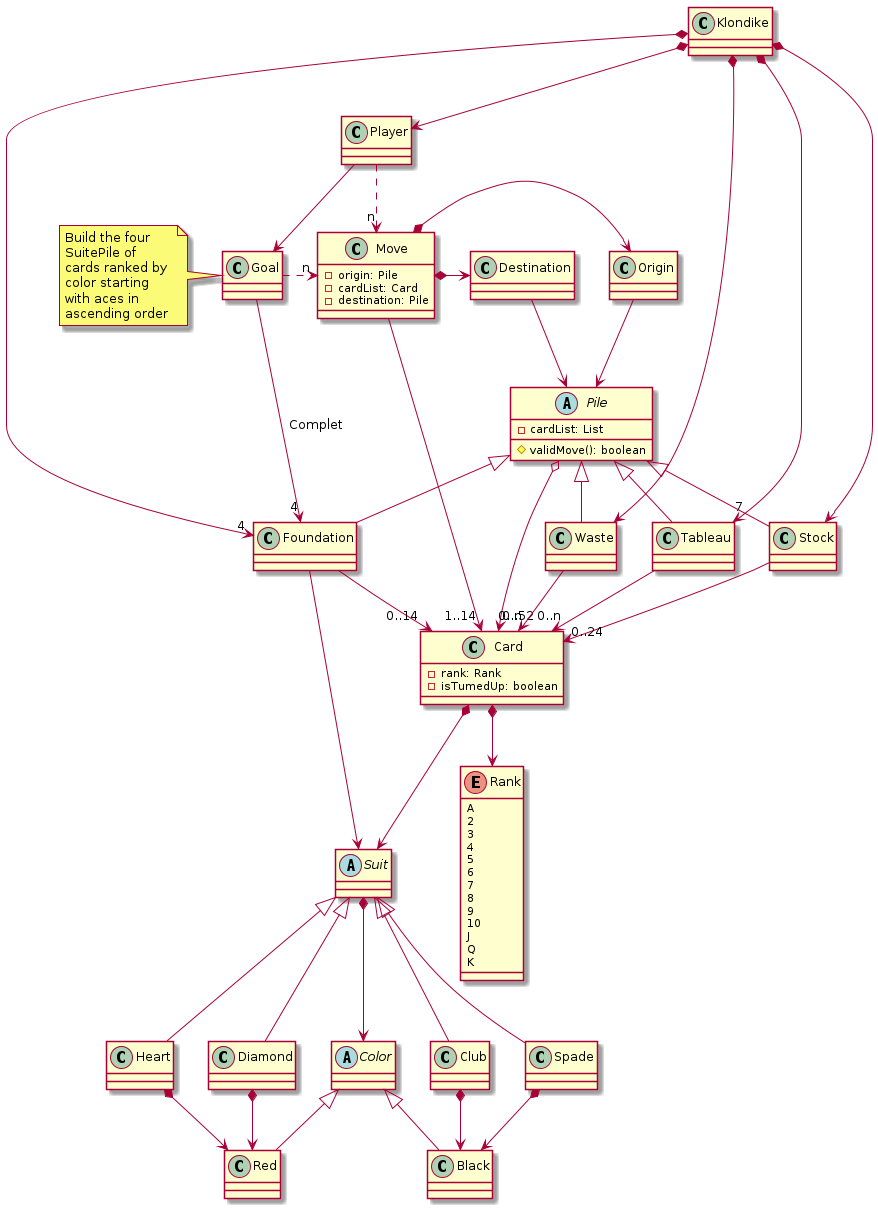
This is tech-plantuml/game-klondike/semanaActual/docs/images/Vocabulary.png from USantaTecla-ed-mpds/lab-dijkstra, a PlantUML export, as it was before one commit.
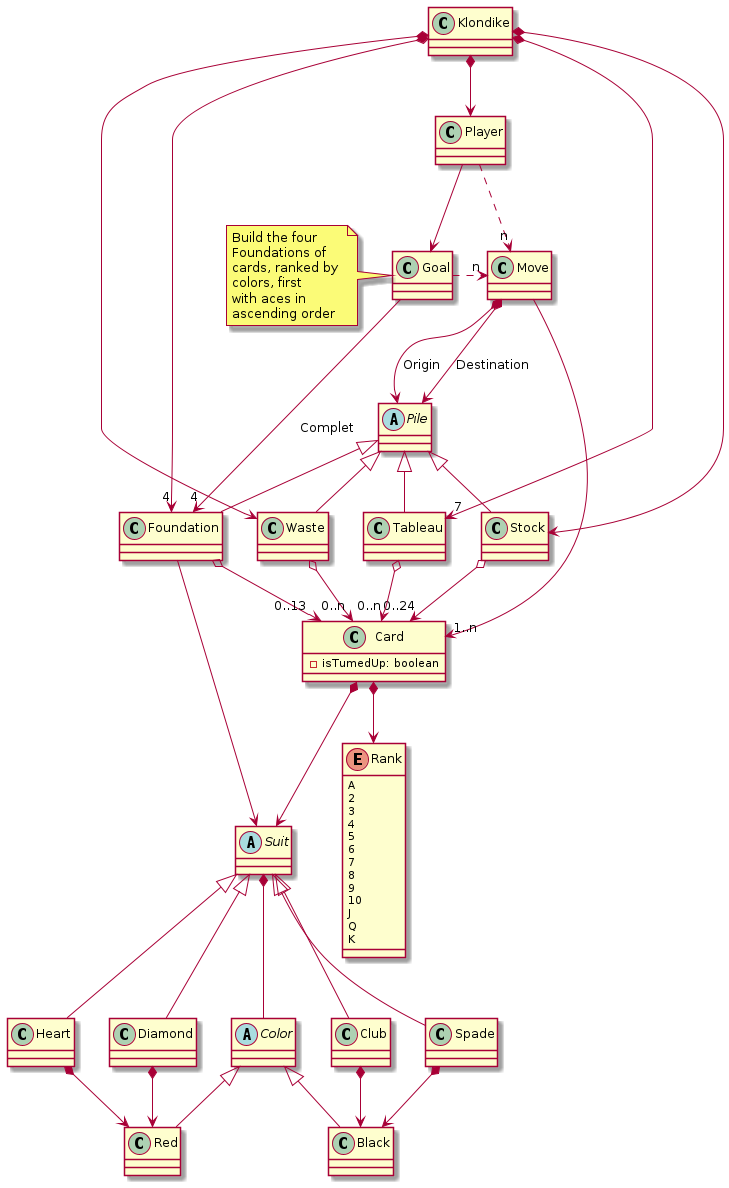
After the change.

Commit message:
Correcciòn de diagrama del dominio

Diff of the diagram source:
```diff
@@ -4,30 +4,20 @@
 class Klondike
 class Player
 class Move
-{
- - origin: Pile
-  -cardList: Card
-  -destination: Pile
-}
 class Goal
 note left
 Build the four
-SuitePile of
-cards ranked by
-color starting
+Foundations of
+cards, ranked by
+colors, first
 with aces in
 ascending order
 end note
 
 Abstract Pile
-{
- - cardList: List
- #validMove(): boolean
-}
 class Foundation
 class Card
 {
- - rank: Rank
  - isTumedUp: boolean
 }
 class Stock
@@ -57,8 +47,6 @@
 class Heart
 class Red
 Class Black
-class Destination
-class Origin
 
 Klondike *-down-> "4" Foundation
 Klondike *-down->  Player
@@ -70,14 +58,13 @@
 Player -down-> Goal
 Player .down.> "n" Move
 
-Move -down-> "1..14" Card
-Move *-right-> Origin
-Move *-right-> Destination
+Move -down-> "1..n" Card
+Move *-down-> Pile : Origin
+Move *-down-> Pile : Destination
 
 Goal -down-> "4" Foundation : Complet
 Goal -.-right-> "n" Move
 
-Pile o-down-> "0..52" Card
 Pile <|-down- Foundation
 Pile <|-down-  Stock
 Pile <|-down- Waste
@@ -90,10 +77,10 @@
 Suit <|-down- Spade
 Suit <|-down- Diamond
 Suit <|-down- Heart
-Suit *-down-> Color
+Suit *-down- Color
 
 Foundation -down-> Suit
-Foundation -down-> "0..14" Card
+Foundation o-down-> "0..13" Card
 
 Color <|-down- Black
 Color <|-down- Red
@@ -103,10 +90,7 @@
 Heart *-down-> Red
 Spade *-down-> Black
 
-Stock -down-> "0..24" Card
-Tableau -down-> "0..n" Card
-Waste -down-> "0..n" Card
-
-Destination -down-> Pile
-Origin -down-> Pile
+Stock o-down-> "0..24" Card
+Tableau o-down-> "0..n" Card
+Waste o-down-> "0..n" Card
 @enduml
```
